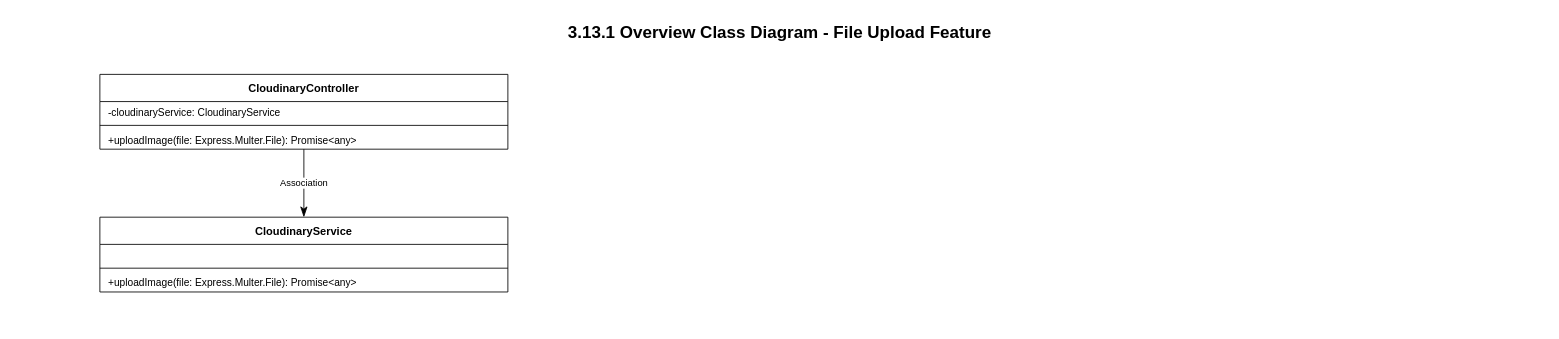
The draw.io diagram page "Cloudinary Overview" (1 of 2) of cloudinary_all_class_diagrams.drawio in CuongBC195/class-diagram-donation-blood, before the edit. Source tidied: cells renumbered, new cells numbered last; positions are measured from the earlier drawing's top-left corner, leaving out a move shared by most shapes. Both pictures are drawn from the tidied source at 85%, with x=0, y=0 at pixel (14, 14).
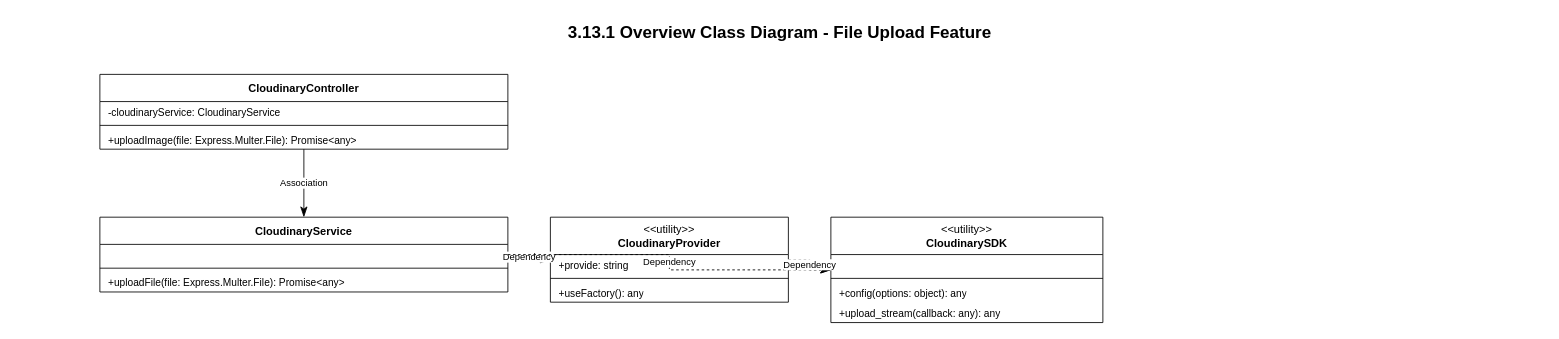
Above is the later version.

The change refers to these unchanged cells:
```xml
<mxCell id="7" value="&lt;b&gt;CloudinaryService&lt;/b&gt;" style="swimlane;fontStyle=0;horizontal=1;startSize=32;whiteSpace=wrap;html=1;fillColor=#ffffff;strokeColor=#000000;swimlaneFillColor=#ffffff;fontColor=#000000;fontFamily=Arial;fontSize=13;" parent="1" vertex="1">
  <mxGeometry x="100" y="238" width="480" height="88" as="geometry" />
</mxCell>
```

Diff of the diagram source:
```diff
@@
-    <mxCell id="10" value="+uploadImage(file: Express.Multer.File): Promise&amp;lt;any&amp;gt;" style="text;strokeColor=none;fillColor=none;align=left;verticalAlign=top;spacingLeft=8;spacingRight=8;overflow=hidden;whiteSpace=wrap;html=1;fontFamily=Arial;fontSize=12;fontColor=#000000;" parent="7" vertex="1">
+    <mxCell id="10" value="+uploadFile(file: Express.Multer.File): Promise&amp;lt;any&amp;gt;" style="text;strokeColor=none;fillColor=none;align=left;verticalAlign=top;spacingLeft=8;spacingRight=8;overflow=hidden;whiteSpace=wrap;html=1;fontFamily=Arial;fontSize=12;fontColor=#000000;" parent="7" vertex="1">
       <mxGeometry y="64" width="480" height="24" as="geometry" />
     </mxCell>
+    <mxCell id="12" value="&amp;lt;&amp;lt;utility&amp;gt;&amp;gt;&lt;br&gt;&lt;b&gt;CloudinaryProvider&lt;/b&gt;" style="swimlane;fontStyle=0;horizontal=1;startSize=44;whiteSpace=wrap;html=1;fillColor=#ffffff;strokeColor=#000000;swimlaneFillColor=#ffffff;fontColor=#000000;fontFamily=Arial;fontSize=13;" parent="1" vertex="1">
+      <mxGeometry x="630" y="238" width="280" height="100" as="geometry" />
+    </mxCell>
+    <mxCell id="13" value="+provide: string" style="text;strokeColor=none;fillColor=none;align=left;verticalAlign=top;spacingLeft=8;spacingRight=8;overflow=hidden;whiteSpace=wrap;html=1;fontFamily=Arial;fontSize=12;fontColor=#000000;" parent="12" vertex="1">
+      <mxGeometry y="44" width="280" height="24" as="geometry" />
+    </mxCell>
+    <mxCell id="14" style="line;strokeWidth=1;fillColor=none;strokeColor=#000000;align=left;verticalAlign=middle;" parent="12" vertex="1">
+      <mxGeometry y="68" width="280" height="8" as="geometry" />
+    </mxCell>
+    <mxCell id="15" value="+useFactory(): any" style="text;strokeColor=none;fillColor=none;align=left;verticalAlign=top;spacingLeft=8;spacingRight=8;overflow=hidden;whiteSpace=wrap;html=1;fontFamily=Arial;fontSize=12;fontColor=#000000;" parent="12" vertex="1">
+      <mxGeometry y="76" width="280" height="24" as="geometry" />
+    </mxCell>
+    <mxCell id="16" value="&amp;lt;&amp;lt;utility&amp;gt;&amp;gt;&lt;br&gt;&lt;b&gt;CloudinarySDK&lt;/b&gt;" style="swimlane;fontStyle=0;horizontal=1;startSize=44;whiteSpace=wrap;html=1;fillColor=#ffffff;strokeColor=#000000;swimlaneFillColor=#ffffff;fontColor=#000000;fontFamily=Arial;fontSize=13;" parent="1" vertex="1">
+      <mxGeometry x="960" y="238" width="320" height="124" as="geometry" />
+    </mxCell>
+    <mxCell id="17" value=" " style="text;strokeColor=none;fillColor=none;align=left;verticalAlign=top;spacingLeft=8;spacingRight=8;overflow=hidden;whiteSpace=wrap;html=1;fontFamily=Arial;fontSize=12;fontColor=#000000;" parent="16" vertex="1">
+      <mxGeometry y="44" width="320" height="24" as="geometry" />
+    </mxCell>
+    <mxCell id="18" style="line;strokeWidth=1;fillColor=none;strokeColor=#000000;align=left;verticalAlign=middle;" parent="16" vertex="1">
+      <mxGeometry y="68" width="320" height="8" as="geometry" />
+    </mxCell>
+    <mxCell id="19" value="+config(options: object): any" style="text;strokeColor=none;fillColor=none;align=left;verticalAlign=top;spacingLeft=8;spacingRight=8;overflow=hidden;whiteSpace=wrap;html=1;fontFamily=Arial;fontSize=12;fontColor=#000000;" parent="16" vertex="1">
+      <mxGeometry y="76" width="320" height="24" as="geometry" />
+    </mxCell>
+    <mxCell id="20" value="+upload_stream(callback: any): any" style="text;strokeColor=none;fillColor=none;align=left;verticalAlign=top;spacingLeft=8;spacingRight=8;overflow=hidden;whiteSpace=wrap;html=1;fontFamily=Arial;fontSize=12;fontColor=#000000;" parent="16" vertex="1">
+      <mxGeometry y="100" width="320" height="24" as="geometry" />
+    </mxCell>
@@
+    <mxCell id="21" value="Dependency" style="html=1;rounded=0;edgeStyle=orthogonalEdgeStyle;strokeColor=#000000;fontColor=#000000;labelBackgroundColor=#ffffff;fontFamily=Arial;fontSize=11;dashed=1;endArrow=classicThin;endFill=1;endSize=10;" parent="1" edge="1" source="7" target="12">
+      <mxGeometry relative="1" as="geometry" />
+    </mxCell>
+    <mxCell id="22" value="Dependency" style="html=1;rounded=0;edgeStyle=orthogonalEdgeStyle;strokeColor=#000000;fontColor=#000000;labelBackgroundColor=#ffffff;fontFamily=Arial;fontSize=11;dashed=1;endArrow=classicThin;endFill=1;endSize=10;" parent="1" edge="1" source="7" target="16">
+      <mxGeometry relative="1" as="geometry" />
+    </mxCell>
+    <mxCell id="23" value="Dependency" style="html=1;rounded=0;edgeStyle=orthogonalEdgeStyle;strokeColor=#000000;fontColor=#000000;labelBackgroundColor=#ffffff;fontFamily=Arial;fontSize=11;dashed=1;endArrow=classicThin;endFill=1;endSize=10;" parent="1" edge="1" source="12" target="16">
+      <mxGeometry relative="1" as="geometry" />
+    </mxCell>
```
